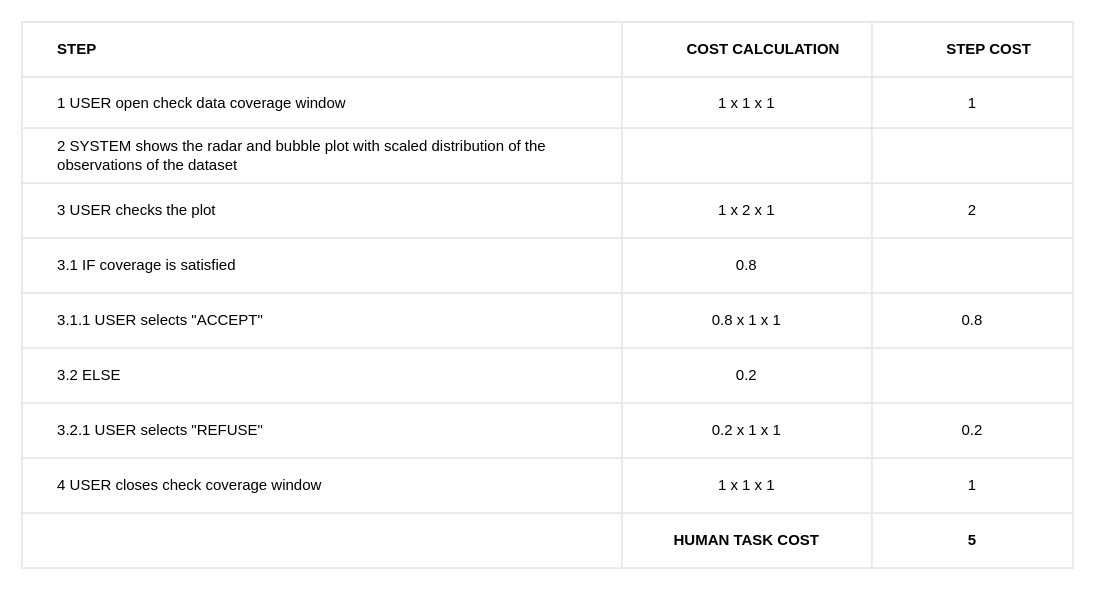
Earlier version of the draw.io diagram check coverage/check_coverage_table.drawio (BaffoBello14/AutomaticDamagesRecognition). Source tidied: cells renumbered, new cells numbered last; positions are measured from the earlier drawing's top-left corner, leaving out a move shared by most shapes. Both pictures are drawn from the tidied source at 125%, with x=0, y=0 at pixel (21, 21).
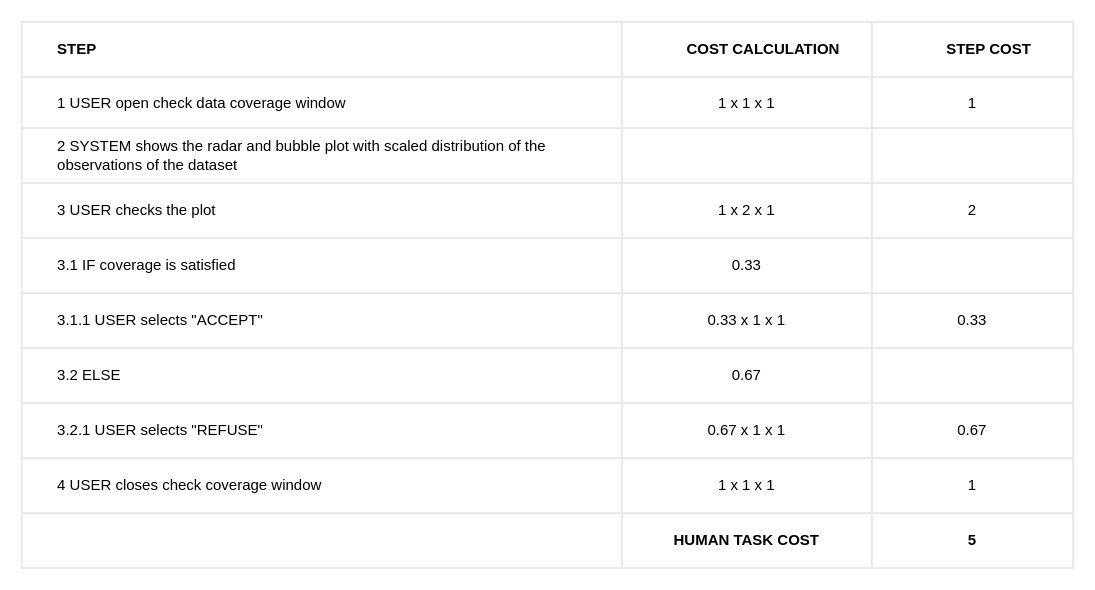
After the change.

Unchanged cells that the change refers to:
```xml
<mxCell id="19" style="shape=tableRow;horizontal=0;startSize=0;swimlaneHead=0;swimlaneBody=0;top=0;left=0;bottom=0;right=0;fontStyle=0;fillColor=none;strokeColor=inherit;align=center;" parent="2" vertex="1">
  <mxGeometry y="173" width="841" height="44" as="geometry" />
</mxCell>
<mxCell id="23" style="shape=tableRow;horizontal=0;startSize=0;swimlaneHead=0;swimlaneBody=0;top=0;left=0;bottom=0;right=0;fontStyle=0;fillColor=none;strokeColor=inherit;align=center;" parent="2" vertex="1">
  <mxGeometry y="217" width="841" height="44" as="geometry" />
</mxCell>
<mxCell id="27" style="shape=tableRow;horizontal=0;startSize=0;swimlaneHead=0;swimlaneBody=0;top=0;left=0;bottom=0;right=0;fontStyle=0;fillColor=none;strokeColor=inherit;align=center;" parent="2" vertex="1">
  <mxGeometry y="261" width="841" height="44" as="geometry" />
</mxCell>
<mxCell id="31" style="shape=tableRow;horizontal=0;startSize=0;swimlaneHead=0;swimlaneBody=0;top=0;left=0;bottom=0;right=0;fontStyle=0;fillColor=none;strokeColor=inherit;align=center;" parent="2" vertex="1">
  <mxGeometry y="305" width="841" height="44" as="geometry" />
</mxCell>
```

The edit, as a diff of the source:
```diff
@@
-    <mxCell id="21" value="0.8" style="strokeColor=inherit;fillColor=none;align=center;whiteSpace=wrap;html=1;" parent="19" vertex="1">
+    <mxCell id="21" value="0.33" style="strokeColor=inherit;fillColor=none;align=center;whiteSpace=wrap;html=1;" parent="19" vertex="1">
       <mxGeometry x="480" width="200" height="44" as="geometry" />
     </mxCell>
@@
-    <mxCell id="25" value="0.8 x 1 x 1" style="strokeColor=inherit;fillColor=none;align=center;whiteSpace=wrap;html=1;" parent="23" vertex="1">
+    <mxCell id="25" value="0.33 x 1 x 1" style="strokeColor=inherit;fillColor=none;align=center;whiteSpace=wrap;html=1;" parent="23" vertex="1">
       <mxGeometry x="480" width="200" height="44" as="geometry" />
     </mxCell>
-    <mxCell id="26" value="0.8" style="strokeColor=inherit;fillColor=none;align=center;whiteSpace=wrap;html=1;" parent="23" vertex="1">
+    <mxCell id="26" value="0.33" style="strokeColor=inherit;fillColor=none;align=center;whiteSpace=wrap;html=1;" parent="23" vertex="1">
       <mxGeometry x="680" width="161" height="44" as="geometry" />
     </mxCell>
@@
-    <mxCell id="29" value="0.2" style="strokeColor=inherit;fillColor=none;align=center;whiteSpace=wrap;html=1;" parent="27" vertex="1">
+    <mxCell id="29" value="0.67" style="strokeColor=inherit;fillColor=none;align=center;whiteSpace=wrap;html=1;" parent="27" vertex="1">
       <mxGeometry x="480" width="200" height="44" as="geometry" />
     </mxCell>
@@
-    <mxCell id="33" value="&lt;span style=&quot;&quot;&gt;&lt;span style=&quot;white-space: pre;&quot;&gt;0.2&lt;/span&gt;&lt;/span&gt;&amp;nbsp;x 1 x 1" style="strokeColor=inherit;fillColor=none;align=center;whiteSpace=wrap;html=1;" parent="31" vertex="1">
+    <mxCell id="33" value="&lt;span style=&quot;&quot;&gt;&lt;span style=&quot;white-space: pre;&quot;&gt;0.67&lt;/span&gt;&lt;/span&gt;&amp;nbsp;x 1 x 1" style="strokeColor=inherit;fillColor=none;align=center;whiteSpace=wrap;html=1;" parent="31" vertex="1">
       <mxGeometry x="480" width="200" height="44" as="geometry" />
     </mxCell>
-    <mxCell id="34" value="0.2" style="strokeColor=inherit;fillColor=none;align=center;whiteSpace=wrap;html=1;" parent="31" vertex="1">
+    <mxCell id="34" value="0.67" style="strokeColor=inherit;fillColor=none;align=center;whiteSpace=wrap;html=1;" parent="31" vertex="1">
       <mxGeometry x="680" width="161" height="44" as="geometry" />
     </mxCell>
```
